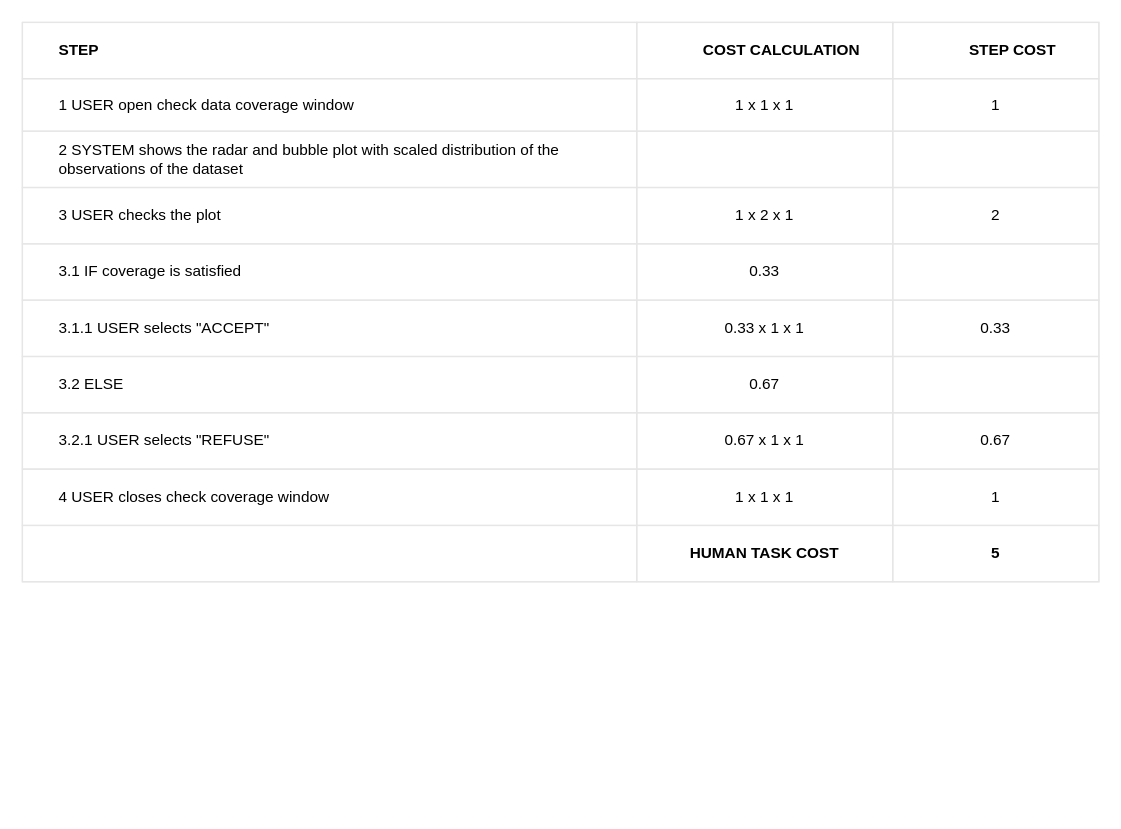
This is check coverage (Fede)/check_coverage_table.drawio from BaffoBello14/AutomaticDamagesRecognition, a draw.io file, before an edit. Source tidied: cells renumbered, new cells numbered last; positions are measured from the earlier drawing's top-left corner, leaving out a move shared by most shapes. Both pictures are drawn from the tidied source at 128%, with x=0, y=0 at pixel (22, 22).
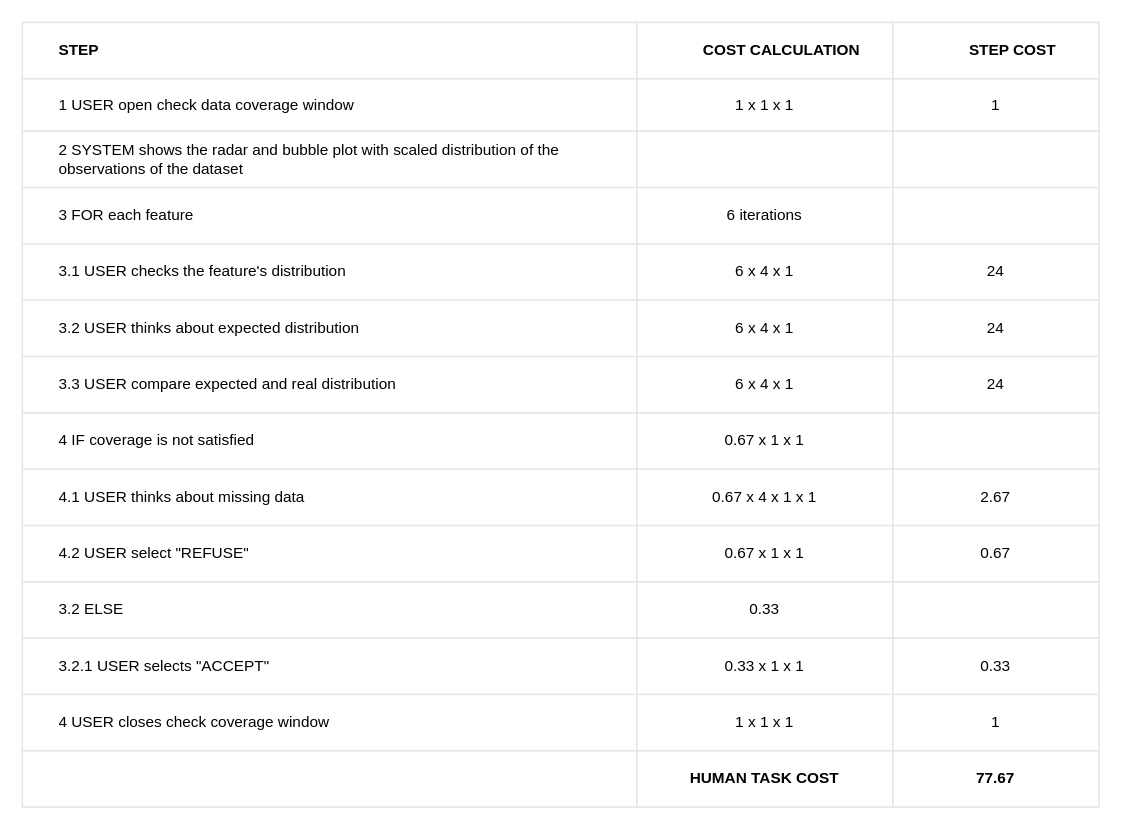
Above is the later version.

The change refers to these unchanged cells:
```xml
<mxCell id="15" style="shape=tableRow;horizontal=0;startSize=0;swimlaneHead=0;swimlaneBody=0;top=0;left=0;bottom=0;right=0;fontStyle=0;fillColor=none;strokeColor=inherit;align=center;" parent="2" vertex="1">
  <mxGeometry y="129" width="841" height="44" as="geometry" />
</mxCell>
<mxCell id="31" style="shape=tableRow;horizontal=0;startSize=0;swimlaneHead=0;swimlaneBody=0;top=0;left=0;bottom=0;right=0;fontStyle=0;fillColor=none;strokeColor=inherit;align=center;" parent="2" vertex="1">
  <mxGeometry y="305" width="841" height="44" as="geometry" />
</mxCell>
```

Diff of the diagram source:
```diff
@@
     <mxCell id="2" style="childLayout=tableLayout;shadow=0;strokeColor=#E6E6E6;align=center;" parent="1" vertex="1">
-      <mxGeometry width="841" height="437" as="geometry" />
+      <mxGeometry width="841" height="613" as="geometry" />
     </mxCell>
@@
-    <mxCell id="16" value="&lt;span style=&quot;white-space: pre;&quot;&gt;&#9;&lt;/span&gt;3&amp;nbsp;USER checks the plot" style="strokeColor=inherit;fillColor=none;align=left;whiteSpace=wrap;html=1;labelPosition=center;verticalLabelPosition=middle;verticalAlign=middle;" parent="15" vertex="1">
-      <mxGeometry width="480" height="44" as="geometry" />
-    </mxCell>
-    <mxCell id="17" value="1 x 2 x 1" style="strokeColor=inherit;fillColor=none;align=center;whiteSpace=wrap;html=1;" parent="15" vertex="1">
-      <mxGeometry x="480" width="200" height="44" as="geometry" />
-    </mxCell>
-    <mxCell id="18" value="2" style="strokeColor=inherit;fillColor=none;align=center;whiteSpace=wrap;html=1;" parent="15" vertex="1">
-      <mxGeometry x="680" width="161" height="44" as="geometry" />
-    </mxCell>
+    <mxCell id="43" value="&lt;span style=&quot;white-space: pre;&quot;&gt;&#9;&lt;/span&gt;3 FOR each feature" style="strokeColor=inherit;fillColor=none;align=left;whiteSpace=wrap;html=1;labelPosition=center;verticalLabelPosition=middle;verticalAlign=middle;" parent="15" vertex="1">
+      <mxGeometry width="480" height="44" as="geometry" />
+    </mxCell>
+    <mxCell id="44" value="6 iterations" style="strokeColor=inherit;fillColor=none;align=center;whiteSpace=wrap;html=1;" parent="15" vertex="1">
+      <mxGeometry x="480" width="200" height="44" as="geometry" />
+    </mxCell>
+    <mxCell id="45" style="strokeColor=inherit;fillColor=none;align=center;whiteSpace=wrap;html=1;" parent="15" vertex="1">
+      <mxGeometry x="680" width="161" height="44" as="geometry" />
+    </mxCell>
+    <mxCell id="46" style="shape=tableRow;horizontal=0;startSize=0;swimlaneHead=0;swimlaneBody=0;top=0;left=0;bottom=0;right=0;fontStyle=0;fillColor=none;strokeColor=inherit;align=center;" parent="2" vertex="1">
+      <mxGeometry y="173" width="841" height="44" as="geometry" />
+    </mxCell>
+    <mxCell id="47" value="&lt;span style=&quot;white-space: pre;&quot;&gt;&#9;&lt;/span&gt;3.1 USER checks the feature's distribution" style="strokeColor=inherit;fillColor=none;align=left;whiteSpace=wrap;html=1;labelPosition=center;verticalLabelPosition=middle;verticalAlign=middle;" parent="46" vertex="1">
+      <mxGeometry width="480" height="44" as="geometry" />
+    </mxCell>
+    <mxCell id="48" value="6 x 4 x 1" style="strokeColor=inherit;fillColor=none;align=center;whiteSpace=wrap;html=1;" parent="46" vertex="1">
+      <mxGeometry x="480" width="200" height="44" as="geometry" />
+    </mxCell>
+    <mxCell id="49" value="24" style="strokeColor=inherit;fillColor=none;align=center;whiteSpace=wrap;html=1;" parent="46" vertex="1">
+      <mxGeometry x="680" width="161" height="44" as="geometry" />
+    </mxCell>
+    <mxCell id="23" style="shape=tableRow;horizontal=0;startSize=0;swimlaneHead=0;swimlaneBody=0;top=0;left=0;bottom=0;right=0;fontStyle=0;fillColor=none;strokeColor=inherit;align=center;" parent="2" vertex="1">
+      <mxGeometry y="217" width="841" height="44" as="geometry" />
+    </mxCell>
+    <mxCell id="50" value="&lt;span style=&quot;white-space: pre;&quot;&gt;&#9;&lt;/span&gt;3.2 USER thinks about expected distribution" style="strokeColor=inherit;fillColor=none;align=left;whiteSpace=wrap;html=1;labelPosition=center;verticalLabelPosition=middle;verticalAlign=middle;" parent="23" vertex="1">
+      <mxGeometry width="480" height="44" as="geometry" />
+    </mxCell>
+    <mxCell id="51" value="6 x 4 x 1" style="strokeColor=inherit;fillColor=none;align=center;whiteSpace=wrap;html=1;" parent="23" vertex="1">
+      <mxGeometry x="480" width="200" height="44" as="geometry" />
+    </mxCell>
+    <mxCell id="52" value="24" style="strokeColor=inherit;fillColor=none;align=center;whiteSpace=wrap;html=1;" parent="23" vertex="1">
+      <mxGeometry x="680" width="161" height="44" as="geometry" />
+    </mxCell>
     <mxCell id="19" style="shape=tableRow;horizontal=0;startSize=0;swimlaneHead=0;swimlaneBody=0;top=0;left=0;bottom=0;right=0;fontStyle=0;fillColor=none;strokeColor=inherit;align=center;" parent="2" vertex="1">
-      <mxGeometry y="173" width="841" height="44" as="geometry" />
+      <mxGeometry y="261" width="841" height="44" as="geometry" />
     </mxCell>
-    <mxCell id="20" value="&lt;span style=&quot;white-space: pre;&quot;&gt;&#9;&lt;/span&gt;3.1&amp;nbsp;IF coverage is satisfied" style="strokeColor=inherit;fillColor=none;align=left;whiteSpace=wrap;html=1;labelPosition=center;verticalLabelPosition=middle;verticalAlign=middle;" parent="19" vertex="1">
+    <mxCell id="20" value="&lt;span style=&quot;white-space: pre;&quot;&gt;&#9;&lt;/span&gt;3.3 USER compare expected and real distribution" style="strokeColor=inherit;fillColor=none;align=left;whiteSpace=wrap;html=1;labelPosition=center;verticalLabelPosition=middle;verticalAlign=middle;" parent="19" vertex="1">
       <mxGeometry width="480" height="44" as="geometry" />
     </mxCell>
-    <mxCell id="21" value="0.33" style="strokeColor=inherit;fillColor=none;align=center;whiteSpace=wrap;html=1;" parent="19" vertex="1">
+    <mxCell id="21" value="6 x 4 x 1" style="strokeColor=inherit;fillColor=none;align=center;whiteSpace=wrap;html=1;" parent="19" vertex="1">
       <mxGeometry x="480" width="200" height="44" as="geometry" />
     </mxCell>
-    <mxCell id="22" style="strokeColor=inherit;fillColor=none;align=center;whiteSpace=wrap;html=1;" parent="19" vertex="1">
+    <mxCell id="22" value="24" style="strokeColor=inherit;fillColor=none;align=center;whiteSpace=wrap;html=1;" parent="19" vertex="1">
       <mxGeometry x="680" width="161" height="44" as="geometry" />
     </mxCell>
-    <mxCell id="23" style="shape=tableRow;horizontal=0;startSize=0;swimlaneHead=0;swimlaneBody=0;top=0;left=0;bottom=0;right=0;fontStyle=0;fillColor=none;strokeColor=inherit;align=center;" parent="2" vertex="1">
-      <mxGeometry y="217" width="841" height="44" as="geometry" />
-    </mxCell>
-    <mxCell id="24" value="&lt;span style=&quot;white-space: pre;&quot;&gt;&#9;&lt;/span&gt;3.1.1 USER selects &quot;ACCEPT&quot;" style="strokeColor=inherit;fillColor=none;align=left;whiteSpace=wrap;html=1;labelPosition=center;verticalLabelPosition=middle;verticalAlign=middle;" parent="23" vertex="1">
-      <mxGeometry width="480" height="44" as="geometry" />
-    </mxCell>
-    <mxCell id="25" value="0.33 x 1 x 1" style="strokeColor=inherit;fillColor=none;align=center;whiteSpace=wrap;html=1;" parent="23" vertex="1">
-      <mxGeometry x="480" width="200" height="44" as="geometry" />
-    </mxCell>
-    <mxCell id="26" value="0.33" style="strokeColor=inherit;fillColor=none;align=center;whiteSpace=wrap;html=1;" parent="23" vertex="1">
-      <mxGeometry x="680" width="161" height="44" as="geometry" />
-    </mxCell>
-    <mxCell id="27" style="shape=tableRow;horizontal=0;startSize=0;swimlaneHead=0;swimlaneBody=0;top=0;left=0;bottom=0;right=0;fontStyle=0;fillColor=none;strokeColor=inherit;align=center;" parent="2" vertex="1">
-      <mxGeometry y="261" width="841" height="44" as="geometry" />
-    </mxCell>
-    <mxCell id="28" value="&lt;span style=&quot;white-space: pre;&quot;&gt;&#9;&lt;/span&gt;3.2 ELSE" style="strokeColor=inherit;fillColor=none;align=left;whiteSpace=wrap;html=1;labelPosition=center;verticalLabelPosition=middle;verticalAlign=middle;" parent="27" vertex="1">
-      <mxGeometry width="480" height="44" as="geometry" />
-    </mxCell>
-    <mxCell id="29" value="0.67" style="strokeColor=inherit;fillColor=none;align=center;whiteSpace=wrap;html=1;" parent="27" vertex="1">
-      <mxGeometry x="480" width="200" height="44" as="geometry" />
-    </mxCell>
-    <mxCell id="30" style="strokeColor=inherit;fillColor=none;align=center;whiteSpace=wrap;html=1;" parent="27" vertex="1">
-      <mxGeometry x="680" width="161" height="44" as="geometry" />
-    </mxCell>
@@
-    <mxCell id="32" value="&#9;&lt;span style=&quot;white-space: pre;&quot;&gt;&#9;&lt;/span&gt;3.2.1 USER selects &quot;REFUSE&quot;" style="strokeColor=inherit;fillColor=none;align=left;whiteSpace=wrap;html=1;labelPosition=center;verticalLabelPosition=middle;verticalAlign=middle;" parent="31" vertex="1">
+    <mxCell id="32" value="&lt;span style=&quot;white-space: pre;&quot;&gt;&#9;&lt;/span&gt;4 IF coverage is not satisfied" style="strokeColor=inherit;fillColor=none;align=left;whiteSpace=wrap;html=1;labelPosition=center;verticalLabelPosition=middle;verticalAlign=middle;" parent="31" vertex="1">
       <mxGeometry width="480" height="44" as="geometry" />
     </mxCell>
@@
-    <mxCell id="34" value="0.67" style="strokeColor=inherit;fillColor=none;align=center;whiteSpace=wrap;html=1;" parent="31" vertex="1">
+    <mxCell id="34" style="strokeColor=inherit;fillColor=none;align=center;whiteSpace=wrap;html=1;" parent="31" vertex="1">
       <mxGeometry x="680" width="161" height="44" as="geometry" />
     </mxCell>
+    <mxCell id="53" style="shape=tableRow;horizontal=0;startSize=0;swimlaneHead=0;swimlaneBody=0;top=0;left=0;bottom=0;right=0;fontStyle=0;fillColor=none;strokeColor=inherit;align=center;" parent="2" vertex="1">
+      <mxGeometry y="349" width="841" height="44" as="geometry" />
+    </mxCell>
+    <mxCell id="54" value="&lt;span style=&quot;white-space: pre;&quot;&gt;&#9;&lt;/span&gt;4.1 USER thinks about missing data&amp;nbsp;" style="strokeColor=inherit;fillColor=none;align=left;whiteSpace=wrap;html=1;labelPosition=center;verticalLabelPosition=middle;verticalAlign=middle;" parent="53" vertex="1">
+      <mxGeometry width="480" height="44" as="geometry" />
+    </mxCell>
+    <mxCell id="55" value="0.67 x 4 x 1 x 1" style="strokeColor=inherit;fillColor=none;align=center;whiteSpace=wrap;html=1;" parent="53" vertex="1">
+      <mxGeometry x="480" width="200" height="44" as="geometry" />
+    </mxCell>
+    <mxCell id="56" value="2.67" style="strokeColor=inherit;fillColor=none;align=center;whiteSpace=wrap;html=1;" parent="53" vertex="1">
+      <mxGeometry x="680" width="161" height="44" as="geometry" />
+    </mxCell>
+    <mxCell id="57" style="shape=tableRow;horizontal=0;startSize=0;swimlaneHead=0;swimlaneBody=0;top=0;left=0;bottom=0;right=0;fontStyle=0;fillColor=none;strokeColor=inherit;align=center;" parent="2" vertex="1">
+      <mxGeometry y="393" width="841" height="44" as="geometry" />
+    </mxCell>
+    <mxCell id="58" value="&lt;span style=&quot;white-space: pre;&quot;&gt;&#9;&lt;/span&gt;4.2 USER select &quot;REFUSE&quot;" style="strokeColor=inherit;fillColor=none;align=left;whiteSpace=wrap;html=1;labelPosition=center;verticalLabelPosition=middle;verticalAlign=middle;" parent="57" vertex="1">
+      <mxGeometry width="480" height="44" as="geometry" />
+    </mxCell>
+    <mxCell id="59" value="0.67 x 1 x 1" style="strokeColor=inherit;fillColor=none;align=center;whiteSpace=wrap;html=1;" parent="57" vertex="1">
+      <mxGeometry x="480" width="200" height="44" as="geometry" />
+    </mxCell>
+    <mxCell id="29" value="0.67" style="strokeColor=inherit;fillColor=none;align=center;whiteSpace=wrap;html=1;" parent="57" vertex="1">
+      <mxGeometry x="680" width="161" height="44" as="geometry" />
+    </mxCell>
+    <mxCell id="60" style="shape=tableRow;horizontal=0;startSize=0;swimlaneHead=0;swimlaneBody=0;top=0;left=0;bottom=0;right=0;fontStyle=0;fillColor=none;strokeColor=inherit;align=center;" parent="2" vertex="1">
+      <mxGeometry y="437" width="841" height="44" as="geometry" />
+    </mxCell>
+    <mxCell id="28" value="&lt;span style=&quot;white-space: pre;&quot;&gt;&#9;&lt;/span&gt;3.2 ELSE" style="strokeColor=inherit;fillColor=none;align=left;whiteSpace=wrap;html=1;labelPosition=center;verticalLabelPosition=middle;verticalAlign=middle;" parent="60" vertex="1">
+      <mxGeometry width="480" height="44" as="geometry" />
+    </mxCell>
+    <mxCell id="61" value="0.33" style="strokeColor=inherit;fillColor=none;align=center;whiteSpace=wrap;html=1;" parent="60" vertex="1">
+      <mxGeometry x="480" width="200" height="44" as="geometry" />
+    </mxCell>
+    <mxCell id="62" style="strokeColor=inherit;fillColor=none;align=center;whiteSpace=wrap;html=1;" parent="60" vertex="1">
+      <mxGeometry x="680" width="161" height="44" as="geometry" />
+    </mxCell>
+    <mxCell id="63" style="shape=tableRow;horizontal=0;startSize=0;swimlaneHead=0;swimlaneBody=0;top=0;left=0;bottom=0;right=0;fontStyle=0;fillColor=none;strokeColor=inherit;align=center;" parent="2" vertex="1">
+      <mxGeometry y="481" width="841" height="44" as="geometry" />
+    </mxCell>
+    <mxCell id="64" value="&lt;span style=&quot;white-space: pre;&quot;&gt;&#9;&lt;/span&gt;3.2.1 USER selects &quot;ACCEPT&quot;" style="strokeColor=inherit;fillColor=none;align=left;whiteSpace=wrap;html=1;labelPosition=center;verticalLabelPosition=middle;verticalAlign=middle;" parent="63" vertex="1">
+      <mxGeometry width="480" height="44" as="geometry" />
+    </mxCell>
+    <mxCell id="25" value="0.33 x 1 x 1" style="strokeColor=inherit;fillColor=none;align=center;whiteSpace=wrap;html=1;" parent="63" vertex="1">
+      <mxGeometry x="480" width="200" height="44" as="geometry" />
+    </mxCell>
+    <mxCell id="26" value="0.33" style="strokeColor=inherit;fillColor=none;align=center;whiteSpace=wrap;html=1;" parent="63" vertex="1">
+      <mxGeometry x="680" width="161" height="44" as="geometry" />
+    </mxCell>
     <mxCell id="35" style="shape=tableRow;horizontal=0;startSize=0;swimlaneHead=0;swimlaneBody=0;top=0;left=0;bottom=0;right=0;fontStyle=0;fillColor=none;strokeColor=inherit;align=center;" parent="2" vertex="1">
-      <mxGeometry y="349" width="841" height="44" as="geometry" />
+      <mxGeometry y="525" width="841" height="44" as="geometry" />
     </mxCell>
@@
     <mxCell id="39" style="shape=tableRow;horizontal=0;startSize=0;swimlaneHead=0;swimlaneBody=0;top=0;left=0;bottom=0;right=0;fontStyle=0;fillColor=none;strokeColor=inherit;align=center;" parent="2" vertex="1">
-      <mxGeometry y="393" width="841" height="44" as="geometry" />
+      <mxGeometry y="569" width="841" height="44" as="geometry" />
     </mxCell>
@@
-    <mxCell id="42" value="5" style="strokeColor=inherit;fillColor=none;align=center;whiteSpace=wrap;html=1;fontStyle=1;" parent="39" vertex="1">
+    <mxCell id="42" value="77.67" style="strokeColor=inherit;fillColor=none;align=center;whiteSpace=wrap;html=1;fontStyle=1;" parent="39" vertex="1">
       <mxGeometry x="680" width="161" height="44" as="geometry" />
     </mxCell>
```
